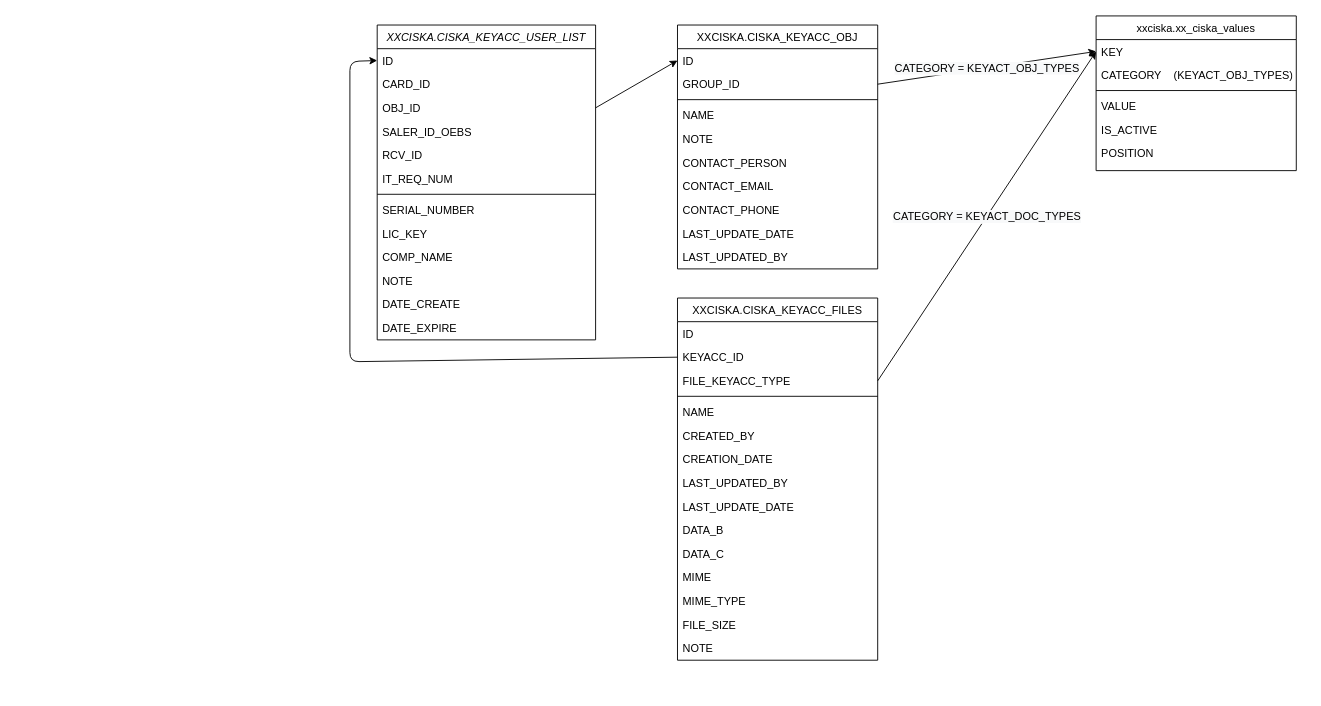
The draw.io diagram page "Таблицы и связи" (1 of 2) of Ciska/Учет ЭЦП/Untitled Diagram.drawio in svoyakovav/diagrams, before the edit. Source tidied: cells renumbered, new cells numbered last; positions are measured from the earlier drawing's top-left corner, leaving out a move shared by most shapes. Both pictures are drawn from the tidied source at 91%, with x=0, y=0 at pixel (349, 15).
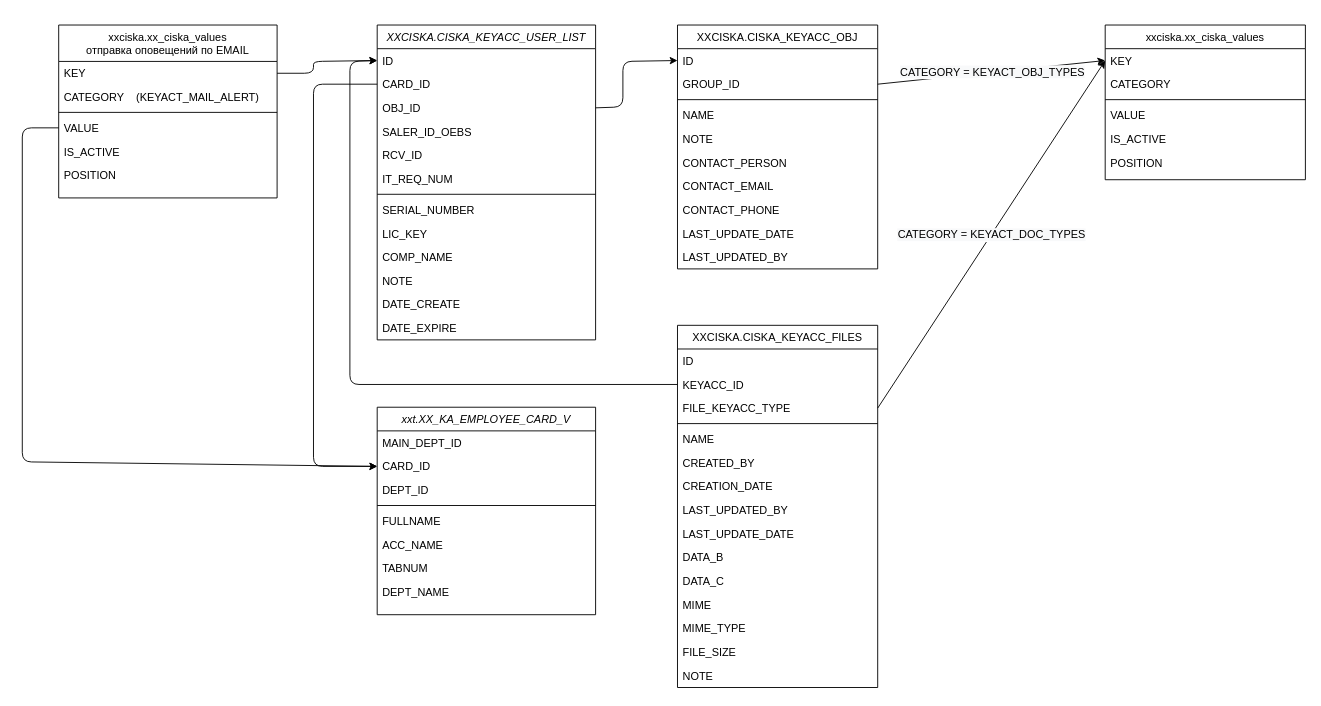
The same diagram, later.

Unchanged cells that the change refers to:
```xml
<mxCell id="3" value="ID" style="text;align=left;verticalAlign=top;spacingLeft=4;spacingRight=4;overflow=hidden;points=[[0,0.5],[1,0.5]];portConstraint=eastwest;" parent="2" vertex="1">
  <mxGeometry y="26" width="240" height="26" as="geometry" />
</mxCell>
<mxCell id="4" value="CARD_ID" style="text;align=left;verticalAlign=top;spacingLeft=4;spacingRight=4;overflow=hidden;points=[[0,0.5],[1,0.5]];portConstraint=eastwest;rounded=0;shadow=0;html=0;" parent="2" vertex="1">
  <mxGeometry y="52" width="240" height="26" as="geometry" />
</mxCell>
<mxCell id="5" value="OBJ_ID" style="text;align=left;verticalAlign=top;spacingLeft=4;spacingRight=4;overflow=hidden;points=[[0,0.5],[1,0.5]];portConstraint=eastwest;" parent="2" vertex="1">
  <mxGeometry y="78" width="240" height="26" as="geometry" />
</mxCell>
<mxCell id="17" value="ID" style="text;align=left;verticalAlign=top;spacingLeft=4;spacingRight=4;overflow=hidden;points=[[0,0.5],[1,0.5]];portConstraint=eastwest;" parent="16" vertex="1">
  <mxGeometry y="26" width="220" height="26" as="geometry" />
</mxCell>
<mxCell id="37" value="KEYACC_ID" style="text;align=left;verticalAlign=top;spacingLeft=4;spacingRight=4;overflow=hidden;points=[[0,0.5],[1,0.5]];portConstraint=eastwest;rounded=0;shadow=0;html=0;" parent="35" vertex="1">
  <mxGeometry y="52" width="220" height="26" as="geometry" />
</mxCell>
```

Change to the diagram source:
```diff
@@
-    <mxCell id="27" style="endArrow=classic;html=1;rounded=0;exitX=1;exitY=0.5;exitDx=0;exitDy=0;entryX=0;entryY=0.5;entryDx=0;entryDy=0;" parent="1" edge="1" source="5" target="17">
-      <mxGeometry relative="1" as="geometry" />
+    <mxCell id="27" style="endArrow=classic;html=1;rounded=1;exitX=1;exitY=0.5;exitDx=0;exitDy=0;entryX=0;entryY=0.5;entryDx=0;entryDy=0;" parent="1" edge="1" source="5" target="17">
+      <mxGeometry relative="1" as="geometry">
+        <Array as="points">
+          <mxPoint x="300" y="100" />
+          <mxPoint x="300" y="50" />
+        </Array>
+      </mxGeometry>
     </mxCell>
     <mxCell id="28" value="xxciska.xx_ciska_values" style="swimlane;fontStyle=0;align=center;verticalAlign=top;horizontal=1;startSize=26;rounded=0;shadow=0;strokeWidth=1;" parent="1" vertex="1">
-      <mxGeometry x="820" width="220" height="170" as="geometry" />
+      <mxGeometry x="830" y="10" width="220" height="170" as="geometry" />
     </mxCell>
@@
-    <mxCell id="30" value="CATEGORY    (KEYACT_OBJ_TYPES)" style="text;align=left;verticalAlign=top;spacingLeft=4;spacingRight=4;overflow=hidden;rounded=0;shadow=0;html=0;" parent="28" vertex="1">
+    <mxCell id="30" value="CATEGORY    " style="text;align=left;verticalAlign=top;spacingLeft=4;spacingRight=4;overflow=hidden;rounded=0;shadow=0;html=0;" parent="28" vertex="1">
       <mxGeometry y="52" width="220" height="26" as="geometry" />
     </mxCell>
@@
     <mxCell id="35" value="XXCISKA.CISKA_KEYACC_FILES" style="swimlane;fontStyle=0;align=center;verticalAlign=top;horizontal=1;startSize=26;rounded=0;shadow=0;strokeWidth=1;" parent="1" vertex="1">
-      <mxGeometry x="360" y="310" width="220" height="398" as="geometry" />
+      <mxGeometry x="360" y="340" width="220" height="398" as="geometry" />
     </mxCell>
@@
     <mxCell id="55" style="endArrow=classic;html=1;rounded=1;exitX=0;exitY=0.5;exitDx=0;exitDy=0;entryX=0;entryY=0.5;entryDx=0;entryDy=0;" parent="1" edge="1" source="37" target="3">
       <mxGeometry relative="1" as="geometry">
         <Array as="points">
-          <mxPoint y="380" />
+          <mxPoint y="405" />
           <mxPoint y="50" />
         </Array>
       </mxGeometry>
     </mxCell>
+    <mxCell id="56" value="xxt.XX_KA_EMPLOYEE_CARD_V" style="swimlane;fontStyle=2;align=center;verticalAlign=top;horizontal=1;startSize=26;rounded=0;shadow=0;strokeWidth=1;" parent="1" vertex="1">
+      <mxGeometry x="30" y="430" width="240" height="228" as="geometry" />
+    </mxCell>
+    <mxCell id="57" value="MAIN_DEPT_ID" style="text;align=left;verticalAlign=top;spacingLeft=4;spacingRight=4;overflow=hidden;" parent="56" vertex="1">
+      <mxGeometry y="26" width="240" height="26" as="geometry" />
+    </mxCell>
+    <mxCell id="58" value="CARD_ID" style="text;align=left;verticalAlign=top;spacingLeft=4;spacingRight=4;overflow=hidden;points=[[0,0.5],[1,0.5]];portConstraint=eastwest;rounded=0;shadow=0;html=0;" parent="56" vertex="1">
+      <mxGeometry y="52" width="240" height="26" as="geometry" />
+    </mxCell>
+    <mxCell id="59" value="DEPT_ID" style="text;align=left;verticalAlign=top;spacingLeft=4;spacingRight=4;overflow=hidden;" parent="56" vertex="1">
+      <mxGeometry y="78" width="240" height="26" as="geometry" />
+    </mxCell>
+    <mxCell id="60" style="line;html=1;strokeWidth=1;align=left;verticalAlign=middle;spacingTop=-1;spacingLeft=3;spacingRight=3;labelPosition=right;" parent="56" vertex="1">
+      <mxGeometry y="104" width="240" height="8" as="geometry" />
+    </mxCell>
+    <mxCell id="61" value="FULLNAME" style="text;align=left;verticalAlign=top;spacingLeft=4;spacingRight=4;overflow=hidden;" parent="56" vertex="1">
+      <mxGeometry y="112" width="240" height="26" as="geometry" />
+    </mxCell>
+    <mxCell id="62" value="ACC_NAME" style="text;align=left;verticalAlign=top;spacingLeft=4;spacingRight=4;overflow=hidden;" parent="56" vertex="1">
+      <mxGeometry y="138" width="240" height="26" as="geometry" />
+    </mxCell>
+    <mxCell id="63" value="TABNUM" style="text;align=left;verticalAlign=top;spacingLeft=4;spacingRight=4;overflow=hidden;rounded=0;shadow=0;html=0;" parent="56" vertex="1">
+      <mxGeometry y="164" width="240" height="26" as="geometry" />
+    </mxCell>
+    <mxCell id="64" value="DEPT_NAME" style="text;align=left;verticalAlign=top;spacingLeft=4;spacingRight=4;overflow=hidden;rounded=0;shadow=0;html=0;" parent="56" vertex="1">
+      <mxGeometry y="190" width="240" height="26" as="geometry" />
+    </mxCell>
+    <mxCell id="65" style="edgeStyle=orthogonalEdgeStyle;rounded=1;jettySize=auto;html=1;exitX=0;exitY=0.5;exitDx=0;exitDy=0;entryX=0;entryY=0.5;entryDx=0;entryDy=0;fontSize=14;" parent="1" edge="1" source="4" target="58">
+      <mxGeometry relative="1" as="geometry">
+        <Array as="points">
+          <mxPoint x="-40" y="75" />
+          <mxPoint x="-40" y="495" />
+        </Array>
+      </mxGeometry>
+    </mxCell>
+    <mxCell id="66" value="xxciska.xx_ciska_values&#10;отправка оповещений по EMAIL" style="swimlane;fontStyle=0;align=center;verticalAlign=top;horizontal=1;startSize=40;rounded=0;shadow=0;strokeWidth=1;" parent="1" vertex="1">
+      <mxGeometry x="-320" y="10" width="240" height="190" as="geometry" />
+    </mxCell>
+    <mxCell id="67" value="KEY" style="text;align=left;verticalAlign=top;spacingLeft=4;spacingRight=4;overflow=hidden;points=[[0,0.5],[1,0.5]];portConstraint=eastwest;" parent="66" vertex="1">
+      <mxGeometry y="40" width="240" height="26" as="geometry" />
+    </mxCell>
+    <mxCell id="68" value="CATEGORY    (KEYACT_MAIL_ALERT)" style="text;align=left;verticalAlign=top;spacingLeft=4;spacingRight=4;overflow=hidden;rounded=0;shadow=0;html=0;" parent="66" vertex="1">
+      <mxGeometry y="66" width="240" height="26" as="geometry" />
+    </mxCell>
+    <mxCell id="69" style="line;html=1;strokeWidth=1;align=left;verticalAlign=middle;spacingTop=-1;spacingLeft=3;spacingRight=3;labelPosition=right;" parent="66" vertex="1">
+      <mxGeometry y="92" width="240" height="8" as="geometry" />
+    </mxCell>
+    <mxCell id="70" value="VALUE" style="text;align=left;verticalAlign=top;spacingLeft=4;spacingRight=4;overflow=hidden;points=[[0,0.5],[1,0.5]];portConstraint=eastwest;" parent="66" vertex="1">
+      <mxGeometry y="100" width="240" height="26" as="geometry" />
+    </mxCell>
+    <mxCell id="71" value="IS_ACTIVE" style="text;align=left;verticalAlign=top;spacingLeft=4;spacingRight=4;overflow=hidden;" parent="66" vertex="1">
+      <mxGeometry y="126" width="240" height="26" as="geometry" />
+    </mxCell>
+    <mxCell id="72" value="POSITION" style="text;align=left;verticalAlign=top;spacingLeft=4;spacingRight=4;overflow=hidden;rounded=0;shadow=0;html=0;" parent="66" vertex="1">
+      <mxGeometry y="152" width="240" height="26" as="geometry" />
+    </mxCell>
+    <mxCell id="73" style="endArrow=classic;html=1;rounded=1;fontSize=14;exitX=1;exitY=0.5;exitDx=0;exitDy=0;entryX=0;entryY=0.5;entryDx=0;entryDy=0;" parent="1" edge="1" source="67" target="3">
+      <mxGeometry relative="1" as="geometry">
+        <Array as="points">
+          <mxPoint x="-40" y="63" />
+          <mxPoint x="-40" y="50" />
+        </Array>
+      </mxGeometry>
+    </mxCell>
+    <mxCell id="74" style="endArrow=classic;html=1;rounded=1;fontSize=14;exitX=0;exitY=0.5;exitDx=0;exitDy=0;entryX=0;entryY=0.5;entryDx=0;entryDy=0;" parent="1" edge="1" source="70" target="58">
+      <mxGeometry relative="1" as="geometry">
+        <Array as="points">
+          <mxPoint x="-360" y="123" />
+          <mxPoint x="-360" y="490" />
+        </Array>
+      </mxGeometry>
+    </mxCell>
```
